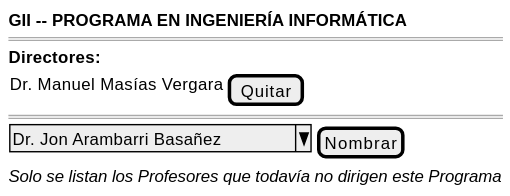
The PlantUML diagram images/RUP/01-requisitos/03-detalle-casos-uso/definirDirectorPrograma/wireframe-desdePrograma.svg in mmasias/pyCeldaPublico, before a commit. The source it was exported from:
```plantuml
@startsalt definirDirectorPrograma-wireframe-desdePrograma
{
    <b>GII -- PROGRAMA EN INGENIERÍA INFORMÁTICA</b>
    ====
    <b>Directores:</b>
    {
        Dr. Manuel Masías Vergara | [Quitar]
    }
    ====
    {
        ^Dr. Jon Arambarri Basañez^ | [Nombrar]
    }
    <i>Solo se listan los Profesores que todavía no dirigen este Programa</i>
}
@endsalt
```
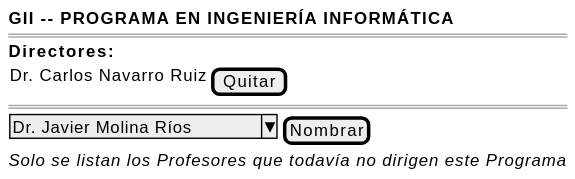
The same diagram one commit later.

The edit, as a diff of the source:
```diff
@@ -4,11 +4,11 @@
     ====
     <b>Directores:</b>
     {
-        Dr. Manuel Masías Vergara | [Quitar]
+        Dr. Carlos Navarro Ruiz | [Quitar]
     }
     ====
     {
-        ^Dr. Jon Arambarri Basañez^ | [Nombrar]
+        ^Dr. Javier Molina Ríos^ | [Nombrar]
     }
     <i>Solo se listan los Profesores que todavía no dirigen este Programa</i>
 }
```
